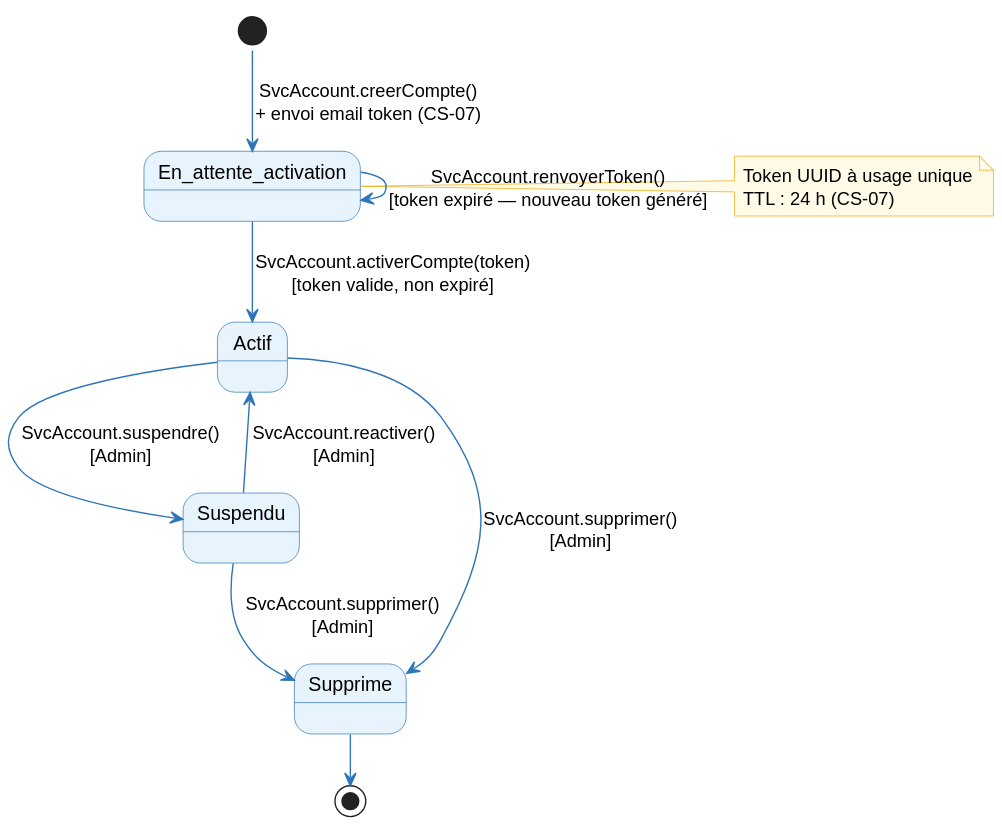
Above: architecture/03-logical-architecture/diagrams/la-states-compte.svg in louistalvande/online_shop (PlantUML), before the change.
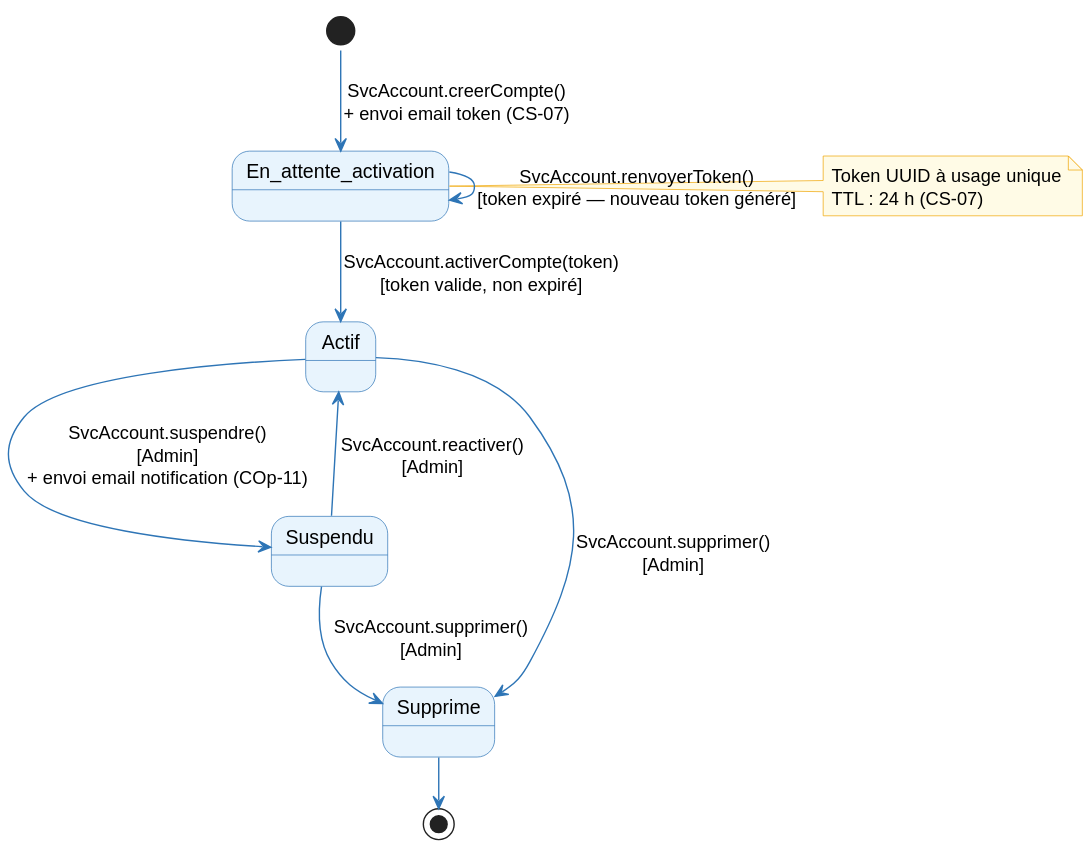
Above is the later version.

The edit, as a diff of the source:
```diff
@@ -11,7 +11,7 @@
 
 En_attente_activation --> En_attente_activation : SvcAccount.renvoyerToken()\n[token expiré — nouveau token généré]
 
-Actif --> Suspendu : SvcAccount.suspendre()\n[Admin]
+Actif --> Suspendu : SvcAccount.suspendre()\n[Admin]\n+ envoi email notification (COp-11)
 
 Suspendu --> Actif : SvcAccount.reactiver()\n[Admin]
 
```
